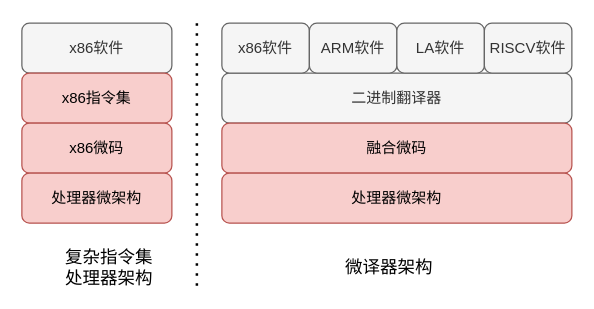
The draw.io diagram image/my_arch.drawio in jensen-yan/yanyue_essay, before the edit. Source tidied: cells renumbered, new cells numbered last; positions are measured from the earlier drawing's top-left corner, leaving out a move shared by most shapes. Both pictures are drawn from the tidied source at 125%, with x=0, y=0 at pixel (21, 22).
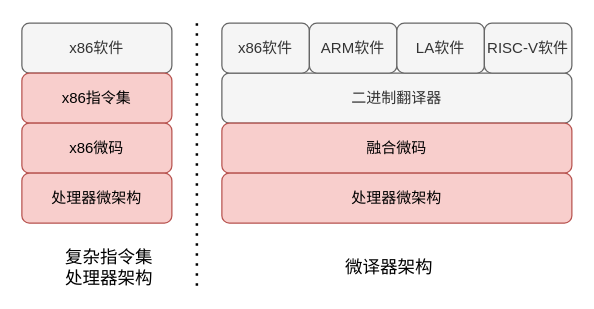
Above is the later version.

Change to the diagram source:
```diff
@@
 <mxGraphModel>
   <root>
     <mxCell id="0" />
     <mxCell id="1" parent="0" />
     <mxCell id="2" value="x86软件" style="rounded=1;whiteSpace=wrap;html=1;fillColor=#f5f5f5;fontColor=#333333;strokeColor=#666666;" parent="1" vertex="1">
       <mxGeometry width="120" height="40" as="geometry" />
     </mxCell>
     <mxCell id="3" value="x86指令集" style="rounded=1;whiteSpace=wrap;html=1;fillColor=#f8cecc;strokeColor=#b85450;" parent="1" vertex="1">
       <mxGeometry y="40" width="120" height="40" as="geometry" />
     </mxCell>
     <mxCell id="4" value="x86微码" style="rounded=1;whiteSpace=wrap;html=1;fillColor=#f8cecc;strokeColor=#b85450;" parent="1" vertex="1">
       <mxGeometry y="80" width="120" height="40" as="geometry" />
     </mxCell>
     <mxCell id="5" value="处理器微架构" style="rounded=1;whiteSpace=wrap;html=1;fillColor=#f8cecc;strokeColor=#b85450;" parent="1" vertex="1">
       <mxGeometry y="120" width="120" height="40" as="geometry" />
     </mxCell>
     <mxCell id="6" style="endArrow=none;dashed=1;html=1;dashPattern=1 3;strokeWidth=2;" parent="1" edge="1">
       <mxGeometry relative="1" as="geometry">
         <mxPoint x="140" y="210" as="sourcePoint" />
         <mxPoint x="140" as="targetPoint" />
       </mxGeometry>
     </mxCell>
     <mxCell id="7" value="&lt;font style=&quot;font-size: 14px;&quot;&gt;复杂指令集&lt;br&gt;处理器架构&lt;/font&gt;" style="text;html=1;strokeColor=none;fillColor=none;align=center;verticalAlign=middle;whiteSpace=wrap;rounded=0;" parent="1" vertex="1">
       <mxGeometry x="30" y="180" width="80" height="30" as="geometry" />
     </mxCell>
     <mxCell id="8" value="二进制翻译器" style="rounded=1;whiteSpace=wrap;html=1;fillColor=#f5f5f5;strokeColor=#666666;fontColor=#333333;" parent="1" vertex="1">
       <mxGeometry x="160" y="40" width="280" height="40" as="geometry" />
     </mxCell>
     <mxCell id="9" value="融合微码" style="rounded=1;whiteSpace=wrap;html=1;fillColor=#f8cecc;strokeColor=#b85450;" parent="1" vertex="1">
       <mxGeometry x="160" y="80" width="280" height="40" as="geometry" />
     </mxCell>
     <mxCell id="10" value="处理器微架构" style="rounded=1;whiteSpace=wrap;html=1;fillColor=#f8cecc;strokeColor=#b85450;" parent="1" vertex="1">
       <mxGeometry x="160" y="120" width="280" height="40" as="geometry" />
     </mxCell>
     <mxCell id="11" value="x86软件" style="rounded=1;whiteSpace=wrap;html=1;fillColor=#f5f5f5;fontColor=#333333;strokeColor=#666666;" parent="1" vertex="1">
       <mxGeometry x="160" width="70" height="40" as="geometry" />
     </mxCell>
     <mxCell id="12" value="ARM软件" style="rounded=1;whiteSpace=wrap;html=1;fillColor=#f5f5f5;fontColor=#333333;strokeColor=#666666;" parent="1" vertex="1">
       <mxGeometry x="230" width="70" height="40" as="geometry" />
     </mxCell>
     <mxCell id="13" value="LA软件" style="rounded=1;whiteSpace=wrap;html=1;fillColor=#f5f5f5;fontColor=#333333;strokeColor=#666666;" parent="1" vertex="1">
       <mxGeometry x="300" width="70" height="40" as="geometry" />
     </mxCell>
-    <mxCell id="14" value="RISCV软件" style="rounded=1;whiteSpace=wrap;html=1;fillColor=#f5f5f5;fontColor=#333333;strokeColor=#666666;" parent="1" vertex="1">
+    <mxCell id="14" value="RISC-V软件" style="rounded=1;whiteSpace=wrap;html=1;fillColor=#f5f5f5;fontColor=#333333;strokeColor=#666666;" parent="1" vertex="1">
       <mxGeometry x="370" width="70" height="40" as="geometry" />
     </mxCell>
     <mxCell id="15" value="&lt;font style=&quot;font-size: 14px;&quot;&gt;微译器架构&lt;/font&gt;" style="text;html=1;strokeColor=none;fillColor=none;align=center;verticalAlign=middle;whiteSpace=wrap;rounded=0;" parent="1" vertex="1">
       <mxGeometry x="254" y="180" width="80" height="30" as="geometry" />
     </mxCell>
   </root>
 </mxGraphModel>
```
